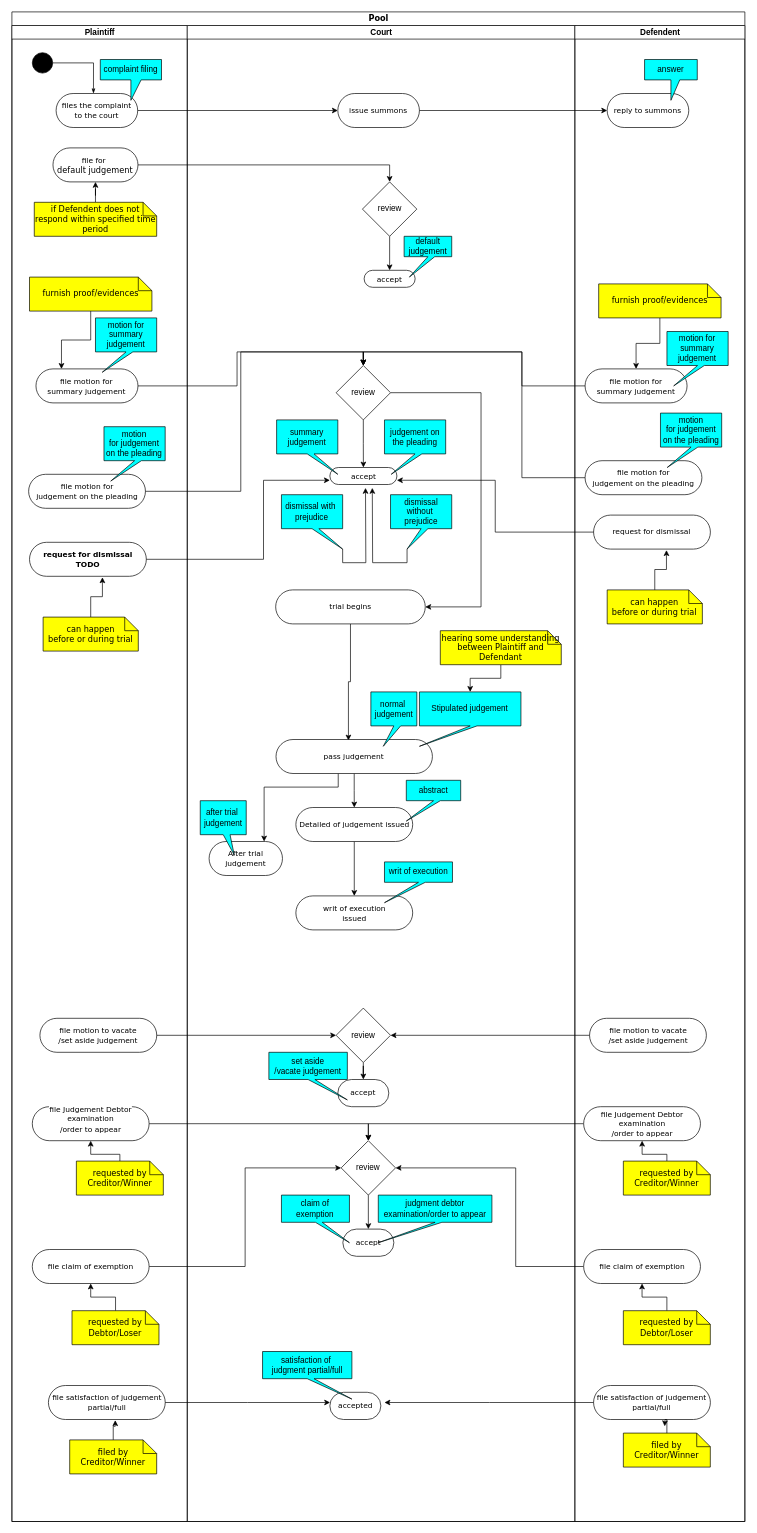
Above: Untitled Diagram.drawio in mohanshenoy/test-repository-1 (draw.io), before the change. Source tidied: cells renumbered, new cells numbered last; positions are measured from the earlier drawing's top-left corner, leaving out a move shared by most shapes. Both pictures are drawn from the tidied source at 68%, with x=0, y=0 at pixel (12, 12).
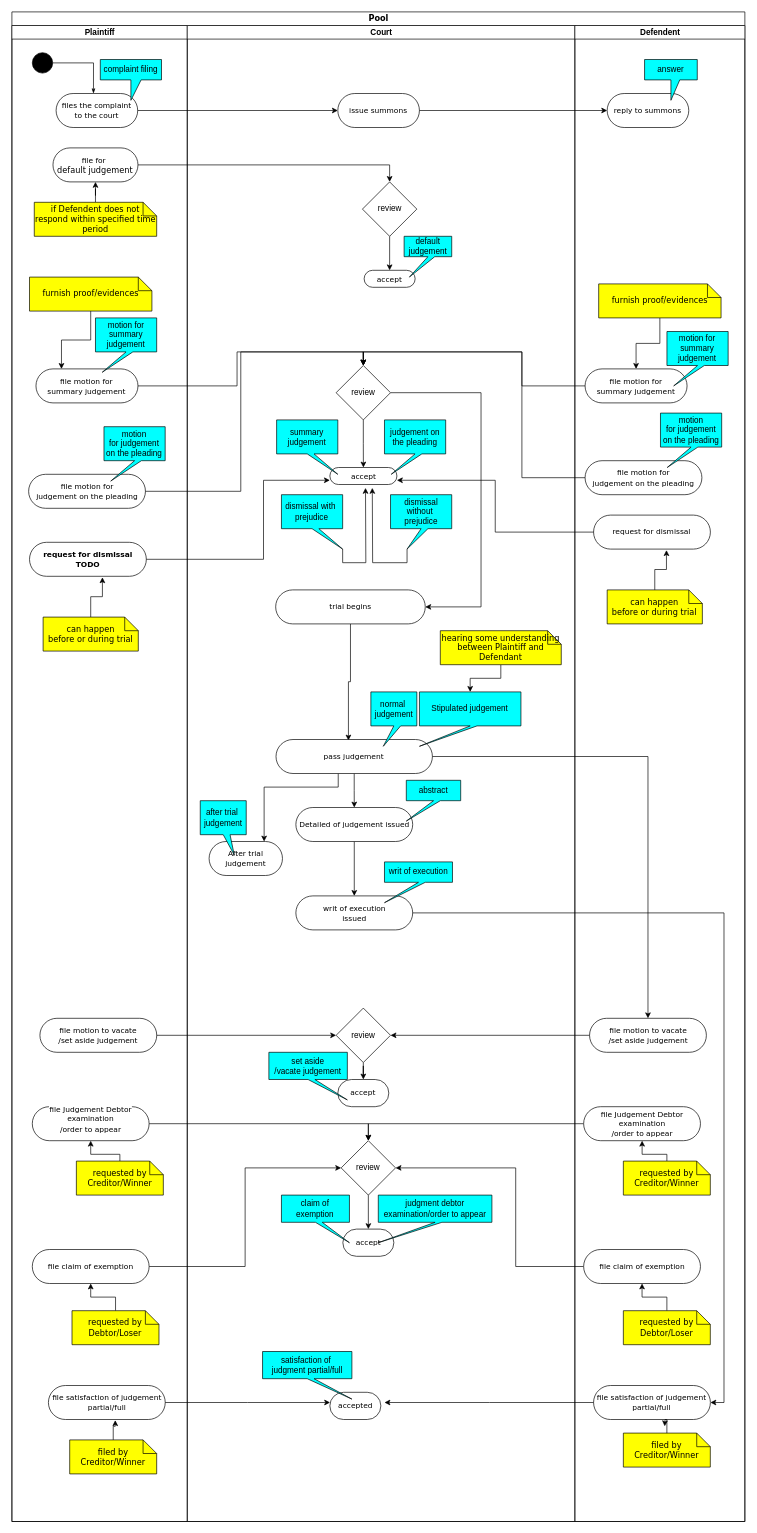
The same diagram, later.

Unchanged cells that the change refers to:
```xml
<mxCell id="2" value="Pool" style="swimlane;html=1;startSize=20;rounded=0;shadow=0;comic=0;labelBackgroundColor=none;strokeWidth=1;fontFamily=Verdana;fontSize=12;align=center;" parent="1" vertex="1">
  <mxGeometry width="1077.9" height="2220" as="geometry" />
</mxCell>
<mxCell id="51" value="&lt;span style=&quot;font-size: 11px; background-color: rgb(255, 255, 255);&quot;&gt;pass judgement&lt;/span&gt;" style="rounded=1;whiteSpace=wrap;html=1;shadow=0;comic=0;labelBackgroundColor=none;strokeWidth=1;fontFamily=Verdana;fontSize=12;align=center;arcSize=50;" parent="35" vertex="1">
  <mxGeometry x="130.5" y="1050" width="230" height="50" as="geometry" />
</mxCell>
<mxCell id="53" value="&lt;span style=&quot;font-size: 11px; background-color: rgb(255, 255, 255);&quot;&gt;writ of execution&lt;br&gt;issued&lt;br&gt;&lt;/span&gt;" style="rounded=1;whiteSpace=wrap;html=1;shadow=0;comic=0;labelBackgroundColor=none;strokeWidth=1;fontFamily=Verdana;fontSize=12;align=center;arcSize=50;" parent="35" vertex="1">
  <mxGeometry x="159.7" y="1280" width="171.8" height="50" as="geometry" />
</mxCell>
<mxCell id="89" value="&lt;span style=&quot;font-size: 11px; background-color: rgb(255, 255, 255);&quot;&gt;file motion to vacate&lt;br&gt;/set aside judgement&lt;br&gt;&lt;/span&gt;" style="rounded=1;whiteSpace=wrap;html=1;shadow=0;comic=0;labelBackgroundColor=none;strokeWidth=1;fontFamily=Verdana;fontSize=12;align=center;arcSize=50;" parent="76" vertex="1">
  <mxGeometry x="21.6" y="1460" width="171.8" height="50" as="geometry" />
</mxCell>
<mxCell id="90" value="&lt;span style=&quot;background-color: rgb(255, 255, 255);&quot;&gt;&lt;span style=&quot;font-size: 11px;&quot;&gt;file satisfaction&amp;nbsp;of judgement&lt;/span&gt;&lt;br&gt;&lt;span style=&quot;font-size: 11px;&quot;&gt;partial/full&lt;/span&gt;&lt;br&gt;&lt;/span&gt;" style="rounded=1;whiteSpace=wrap;html=1;shadow=0;comic=0;labelBackgroundColor=none;strokeWidth=1;fontFamily=Verdana;fontSize=12;align=center;arcSize=50;" parent="76" vertex="1">
  <mxGeometry x="27.5" y="2000" width="171.8" height="50" as="geometry" />
</mxCell>
```

The edit, as a diff of the source:
```diff
@@
+    <mxCell id="112" style="edgeStyle=orthogonalEdgeStyle;rounded=0;jettySize=auto;html=1;entryX=0.5;entryY=0;entryDx=0;entryDy=0;" parent="2" edge="1" source="51" target="89">
+      <mxGeometry relative="1" as="geometry" />
+    </mxCell>
+    <mxCell id="113" style="edgeStyle=orthogonalEdgeStyle;rounded=0;jettySize=auto;html=1;entryX=1;entryY=0.5;entryDx=0;entryDy=0;" parent="2" edge="1" source="53" target="90">
+      <mxGeometry relative="1" as="geometry" />
+    </mxCell>
```
